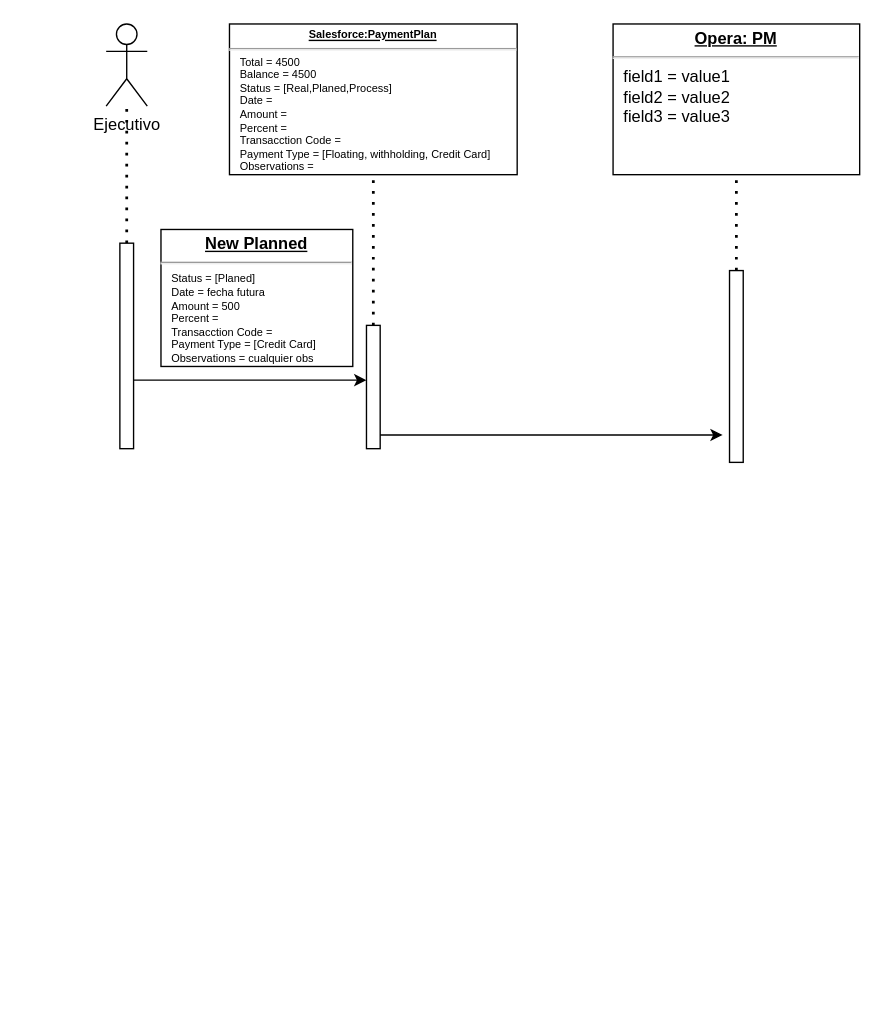
Above: PaymentPlan.drawio in TecladoZurdo/UML (draw.io), before the change. Source tidied: cells renumbered, new cells numbered last; positions are measured from the earlier drawing's top-left corner, leaving out a move shared by most shapes. Both pictures are drawn from the tidied source at 137%, with x=0, y=0 at pixel (105, 23).
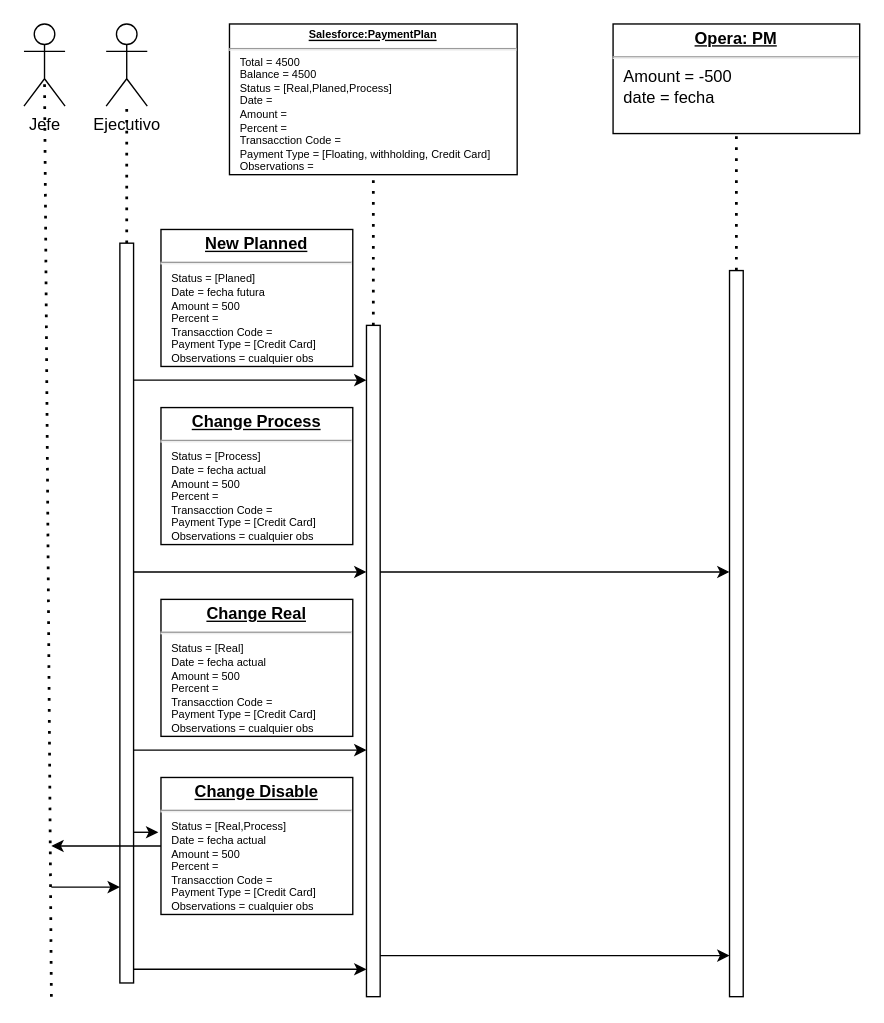
The same page after the edit.

The edit, as a diff of the source:
```diff
@@
     <mxCell id="4" style="html=1;points=[];perimeter=orthogonalPerimeter;outlineConnect=0;targetShapes=umlLifeline;portConstraint=eastwest;newEdgeStyle={&quot;edgeStyle&quot;:&quot;elbowEdgeStyle&quot;,&quot;elbow&quot;:&quot;vertical&quot;,&quot;curved&quot;:0,&quot;rounded&quot;:0};" parent="1" vertex="1">
-      <mxGeometry x="10" y="160" width="10" height="150" as="geometry" />
+      <mxGeometry x="10" y="160" width="10" height="540" as="geometry" />
     </mxCell>
@@
     <mxCell id="9" style="html=1;points=[];perimeter=orthogonalPerimeter;outlineConnect=0;targetShapes=umlLifeline;portConstraint=eastwest;newEdgeStyle={&quot;edgeStyle&quot;:&quot;elbowEdgeStyle&quot;,&quot;elbow&quot;:&quot;vertical&quot;,&quot;curved&quot;:0,&quot;rounded&quot;:0};" parent="1" vertex="1">
-      <mxGeometry x="190" y="220" width="10" height="90" as="geometry" />
+      <mxGeometry x="190" y="220" width="10" height="490" as="geometry" />
     </mxCell>
-    <mxCell id="10" value="&lt;p style=&quot;margin:0px;margin-top:4px;text-align:center;text-decoration:underline;&quot;&gt;&lt;b&gt;Opera: PM&lt;/b&gt;&lt;/p&gt;&lt;hr&gt;&lt;p style=&quot;margin:0px;margin-left:8px;&quot;&gt;field1 = value1&lt;br&gt;field2 = value2&lt;br&gt;field3 = value3&lt;/p&gt;" style="verticalAlign=top;align=left;overflow=fill;fontSize=12;fontFamily=Helvetica;html=1;whiteSpace=wrap;" parent="1" vertex="1">
-      <mxGeometry x="370" width="180" height="110" as="geometry" />
+    <mxCell id="10" value="&lt;p style=&quot;margin:0px;margin-top:4px;text-align:center;text-decoration:underline;&quot;&gt;&lt;b&gt;Opera: PM&lt;/b&gt;&lt;/p&gt;&lt;hr&gt;&lt;p style=&quot;margin:0px;margin-left:8px;&quot;&gt;Amount = -500&lt;br&gt;date = fecha&lt;br&gt;&lt;/p&gt;" style="verticalAlign=top;align=left;overflow=fill;fontSize=12;fontFamily=Helvetica;html=1;whiteSpace=wrap;" parent="1" vertex="1">
+      <mxGeometry x="370" width="180" height="80" as="geometry" />
     </mxCell>
@@
-    <mxCell id="12" style="endArrow=classic;html=1;rounded=0;" parent="1" edge="1" source="9">
-      <mxGeometry relative="1" as="geometry">
-        <mxPoint x="450" y="300" as="targetPoint" />
-      </mxGeometry>
-    </mxCell>
     <mxCell id="13" style="html=1;points=[];perimeter=orthogonalPerimeter;outlineConnect=0;targetShapes=umlLifeline;portConstraint=eastwest;newEdgeStyle={&quot;edgeStyle&quot;:&quot;elbowEdgeStyle&quot;,&quot;elbow&quot;:&quot;vertical&quot;,&quot;curved&quot;:0,&quot;rounded&quot;:0};" parent="1" vertex="1">
-      <mxGeometry x="455" y="180" width="10" height="140" as="geometry" />
+      <mxGeometry x="455" y="180" width="10" height="530" as="geometry" />
     </mxCell>
+    <mxCell id="14" value="&lt;p style=&quot;margin:0px;margin-top:4px;text-align:center;text-decoration:underline;&quot;&gt;&lt;b&gt;Change Process&lt;/b&gt;&lt;/p&gt;&lt;hr&gt;&lt;p style=&quot;margin: 0px 0px 0px 8px; font-size: 8px;&quot;&gt;Status = [Process]&lt;/p&gt;&lt;p style=&quot;margin: 0px 0px 0px 8px; font-size: 8px;&quot;&gt;Date = fecha actual&lt;/p&gt;&lt;p style=&quot;margin: 0px 0px 0px 8px; font-size: 8px;&quot;&gt;Amount = 500&lt;/p&gt;&lt;p style=&quot;margin: 0px 0px 0px 8px; font-size: 8px;&quot;&gt;Percent =&lt;/p&gt;&lt;p style=&quot;margin: 0px 0px 0px 8px; font-size: 8px;&quot;&gt;Transacction Code =&lt;/p&gt;&lt;p style=&quot;margin: 0px 0px 0px 8px; font-size: 8px;&quot;&gt;Payment Type = [Credit Card]&lt;/p&gt;&lt;p style=&quot;margin: 0px 0px 0px 8px; font-size: 8px;&quot;&gt;Observations = cualquier obs&lt;/p&gt;&lt;p style=&quot;margin: 0px 0px 0px 8px; font-size: 8px;&quot;&gt;&lt;br&gt;&lt;/p&gt;" style="verticalAlign=top;align=left;overflow=fill;fontSize=12;fontFamily=Helvetica;html=1;whiteSpace=wrap;" parent="1" vertex="1">
+      <mxGeometry x="40" y="280" width="140" height="100" as="geometry" />
+    </mxCell>
+    <mxCell id="15" style="endArrow=classic;html=1;rounded=0;" parent="1" edge="1">
+      <mxGeometry relative="1" as="geometry">
+        <mxPoint x="20" y="400" as="sourcePoint" />
+        <mxPoint x="190" y="400" as="targetPoint" />
+      </mxGeometry>
+    </mxCell>
+    <mxCell id="16" style="endArrow=classic;html=1;rounded=0;" parent="1" edge="1">
+      <mxGeometry relative="1" as="geometry">
+        <mxPoint x="200" y="400" as="sourcePoint" />
+        <mxPoint x="455" y="400" as="targetPoint" />
+      </mxGeometry>
+    </mxCell>
+    <mxCell id="17" value="&lt;p style=&quot;margin:0px;margin-top:4px;text-align:center;text-decoration:underline;&quot;&gt;&lt;b&gt;Change Real&lt;/b&gt;&lt;/p&gt;&lt;hr&gt;&lt;p style=&quot;margin: 0px 0px 0px 8px; font-size: 8px;&quot;&gt;Status = [Real]&lt;/p&gt;&lt;p style=&quot;margin: 0px 0px 0px 8px; font-size: 8px;&quot;&gt;Date = fecha actual&lt;/p&gt;&lt;p style=&quot;margin: 0px 0px 0px 8px; font-size: 8px;&quot;&gt;Amount = 500&lt;/p&gt;&lt;p style=&quot;margin: 0px 0px 0px 8px; font-size: 8px;&quot;&gt;Percent =&lt;/p&gt;&lt;p style=&quot;margin: 0px 0px 0px 8px; font-size: 8px;&quot;&gt;Transacction Code =&lt;/p&gt;&lt;p style=&quot;margin: 0px 0px 0px 8px; font-size: 8px;&quot;&gt;Payment Type = [Credit Card]&lt;/p&gt;&lt;p style=&quot;margin: 0px 0px 0px 8px; font-size: 8px;&quot;&gt;Observations = cualquier obs&lt;/p&gt;&lt;p style=&quot;margin: 0px 0px 0px 8px; font-size: 8px;&quot;&gt;&lt;br&gt;&lt;/p&gt;" style="verticalAlign=top;align=left;overflow=fill;fontSize=12;fontFamily=Helvetica;html=1;whiteSpace=wrap;" parent="1" vertex="1">
+      <mxGeometry x="40" y="420" width="140" height="100" as="geometry" />
+    </mxCell>
+    <mxCell id="18" style="endArrow=classic;html=1;rounded=0;" parent="1" edge="1">
+      <mxGeometry relative="1" as="geometry">
+        <mxPoint x="20" y="530" as="sourcePoint" />
+        <mxPoint x="190" y="530" as="targetPoint" />
+      </mxGeometry>
+    </mxCell>
+    <mxCell id="19" value="&lt;p style=&quot;margin:0px;margin-top:4px;text-align:center;text-decoration:underline;&quot;&gt;&lt;b&gt;Change Disable&lt;/b&gt;&lt;/p&gt;&lt;hr&gt;&lt;p style=&quot;margin: 0px 0px 0px 8px; font-size: 8px;&quot;&gt;Status = [Real,Process]&lt;/p&gt;&lt;p style=&quot;margin: 0px 0px 0px 8px; font-size: 8px;&quot;&gt;Date = fecha actual&lt;/p&gt;&lt;p style=&quot;margin: 0px 0px 0px 8px; font-size: 8px;&quot;&gt;Amount = 500&lt;/p&gt;&lt;p style=&quot;margin: 0px 0px 0px 8px; font-size: 8px;&quot;&gt;Percent =&lt;/p&gt;&lt;p style=&quot;margin: 0px 0px 0px 8px; font-size: 8px;&quot;&gt;Transacction Code =&lt;/p&gt;&lt;p style=&quot;margin: 0px 0px 0px 8px; font-size: 8px;&quot;&gt;Payment Type = [Credit Card]&lt;/p&gt;&lt;p style=&quot;margin: 0px 0px 0px 8px; font-size: 8px;&quot;&gt;Observations = cualquier obs&lt;/p&gt;&lt;p style=&quot;margin: 0px 0px 0px 8px; font-size: 8px;&quot;&gt;&lt;br&gt;&lt;/p&gt;" style="verticalAlign=top;align=left;overflow=fill;fontSize=12;fontFamily=Helvetica;html=1;whiteSpace=wrap;" parent="1" vertex="1">
+      <mxGeometry x="40" y="550" width="140" height="100" as="geometry" />
+    </mxCell>
+    <mxCell id="20" value="Jefe" style="shape=umlActor;verticalLabelPosition=bottom;verticalAlign=top;html=1;" parent="1" vertex="1">
+      <mxGeometry x="-60" width="30" height="60" as="geometry" />
+    </mxCell>
+    <mxCell id="21" style="endArrow=none;dashed=1;html=1;dashPattern=1 3;strokeWidth=2;rounded=0;entryX=0.5;entryY=0.683;entryDx=0;entryDy=0;entryPerimeter=0;" parent="1" edge="1" target="20">
+      <mxGeometry relative="1" as="geometry">
+        <mxPoint x="-40" y="710" as="sourcePoint" />
+      </mxGeometry>
+    </mxCell>
+    <mxCell id="22" style="endArrow=classic;html=1;rounded=0;" parent="1" edge="1" source="19">
+      <mxGeometry relative="1" as="geometry">
+        <mxPoint x="-40" y="600" as="targetPoint" />
+        <Array as="points">
+          <mxPoint y="600" />
+        </Array>
+      </mxGeometry>
+    </mxCell>
+    <mxCell id="23" style="endArrow=classic;html=1;rounded=0;" parent="1" edge="1" target="4">
+      <mxGeometry relative="1" as="geometry">
+        <mxPoint x="-40" y="630" as="sourcePoint" />
+        <Array as="points">
+          <mxPoint x="-20" y="630" />
+          <mxPoint x="-10" y="630" />
+        </Array>
+      </mxGeometry>
+    </mxCell>
+    <mxCell id="24" style="endArrow=classic;html=1;rounded=0;" parent="1" edge="1">
+      <mxGeometry relative="1" as="geometry">
+        <mxPoint x="200" y="680" as="sourcePoint" />
+        <mxPoint x="455" y="680" as="targetPoint" />
+        <Array as="points">
+          <mxPoint x="300" y="680" />
+        </Array>
+      </mxGeometry>
+    </mxCell>
+    <mxCell id="25" style="endArrow=classic;html=1;rounded=0;entryX=-0.014;entryY=0.4;entryDx=0;entryDy=0;entryPerimeter=0;" parent="1" edge="1" source="4" target="19">
+      <mxGeometry relative="1" as="geometry" />
+    </mxCell>
+    <mxCell id="26" style="endArrow=classic;html=1;rounded=0;" parent="1" edge="1" source="4" target="9">
+      <mxGeometry relative="1" as="geometry">
+        <Array as="points">
+          <mxPoint x="130" y="690" />
+        </Array>
+      </mxGeometry>
+    </mxCell>
```
